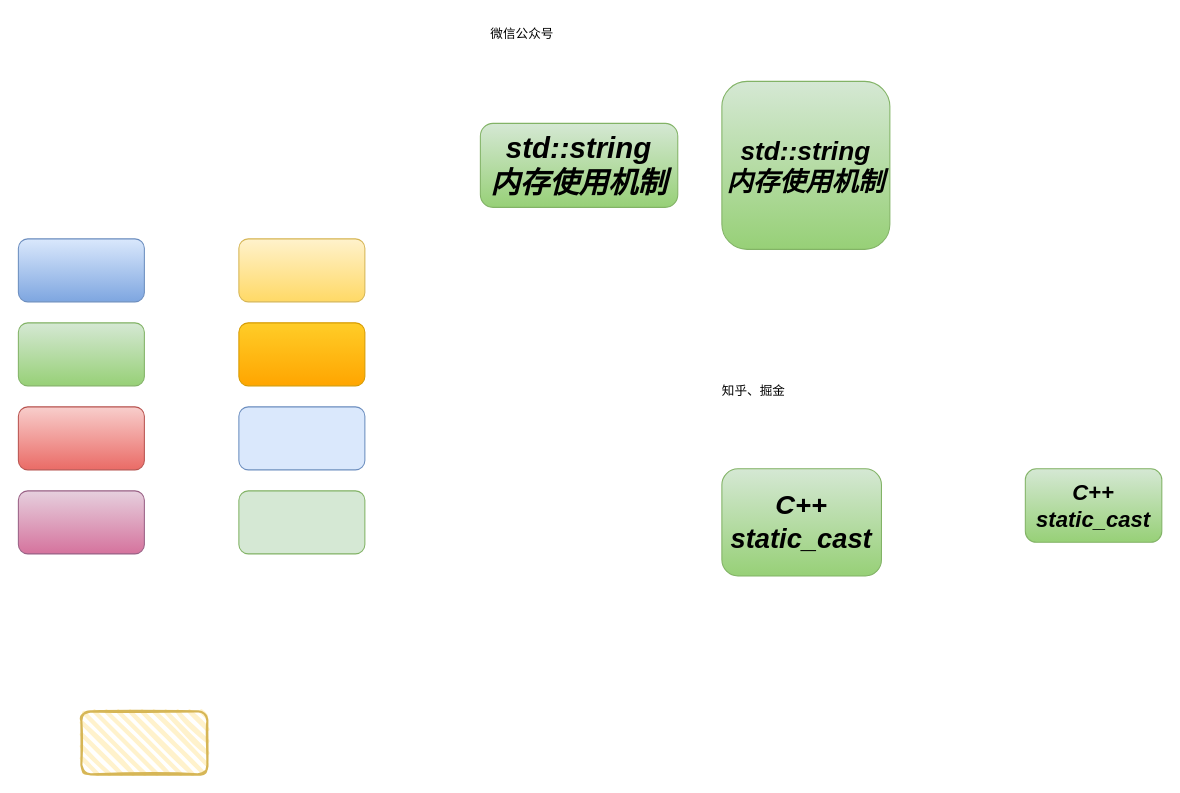
This is 测试.drawio from wangxiaokun/mypic, a draw.io file, before an edit. Source tidied: cells renumbered, new cells numbered last; positions are measured from the earlier drawing's top-left corner, leaving out a move shared by most shapes. Both pictures are drawn from the tidied source at 105%, with x=0, y=0 at pixel (18, 18).
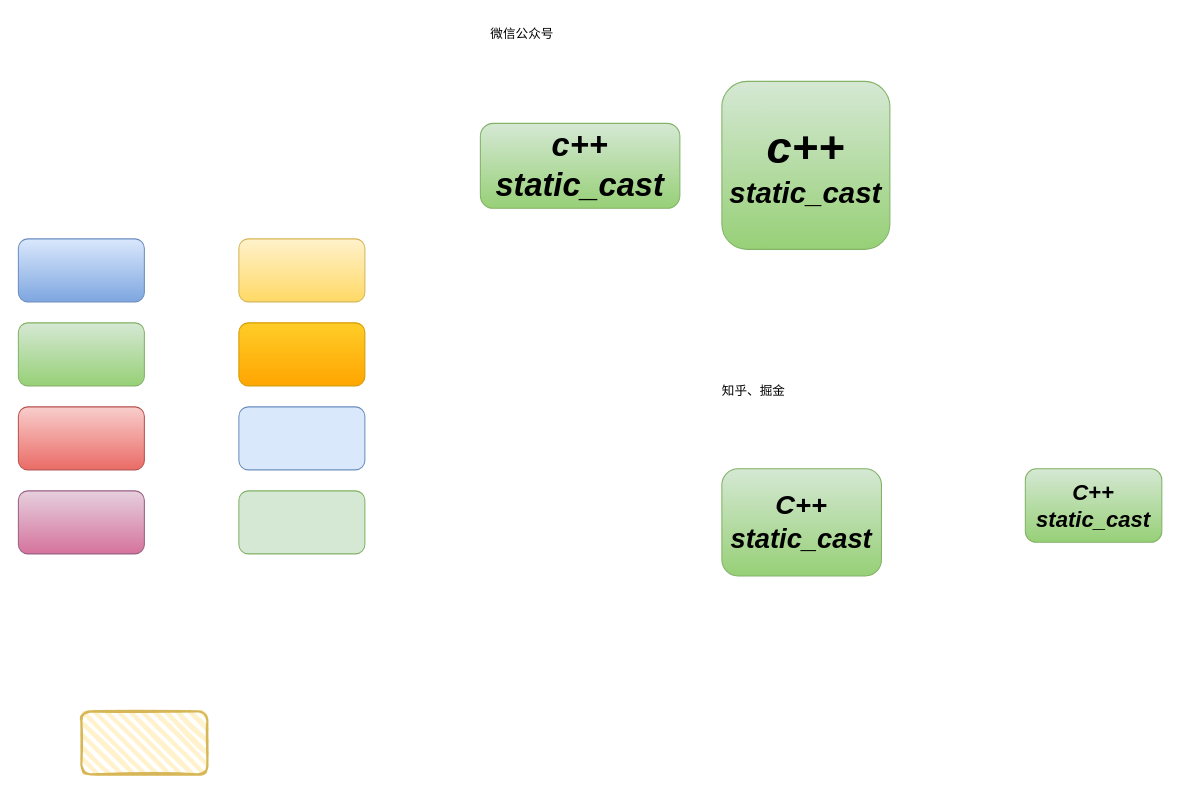
The same page after the edit.

The edit, as a diff of the source:
```diff
@@
 <mxGraphModel>
   <root>
     <mxCell id="0" />
     <mxCell id="1" parent="0" />
     <mxCell id="2" style="rounded=1;whiteSpace=wrap;html=1;fillColor=#dae8fc;gradientColor=#7ea6e0;strokeColor=#6c8ebf;" parent="1" vertex="1">
       <mxGeometry y="210" width="120" height="60" as="geometry" />
     </mxCell>
     <mxCell id="3" style="rounded=1;whiteSpace=wrap;html=1;fillColor=#fff2cc;gradientColor=#ffd966;strokeColor=#d6b656;" parent="1" vertex="1">
       <mxGeometry x="210" y="210" width="120" height="60" as="geometry" />
     </mxCell>
     <mxCell id="4" style="rounded=1;whiteSpace=wrap;html=1;fillColor=#d5e8d4;gradientColor=#97d077;strokeColor=#82b366;" parent="1" vertex="1">
       <mxGeometry y="290" width="120" height="60" as="geometry" />
     </mxCell>
     <mxCell id="5" style="rounded=1;whiteSpace=wrap;html=1;fillColor=#e6d0de;gradientColor=#d5739d;strokeColor=#996185;" parent="1" vertex="1">
       <mxGeometry y="450" width="120" height="60" as="geometry" />
     </mxCell>
     <mxCell id="6" style="rounded=1;whiteSpace=wrap;html=1;fillColor=#f8cecc;gradientColor=#ea6b66;strokeColor=#b85450;" parent="1" vertex="1">
       <mxGeometry y="370" width="120" height="60" as="geometry" />
     </mxCell>
     <mxCell id="7" style="rounded=1;whiteSpace=wrap;html=1;fillColor=#ffcd28;gradientColor=#ffa500;strokeColor=#d79b00;" parent="1" vertex="1">
       <mxGeometry x="210" y="290" width="120" height="60" as="geometry" />
     </mxCell>
     <mxCell id="8" style="rounded=1;whiteSpace=wrap;html=1;fillColor=#dae8fc;strokeColor=#6c8ebf;" parent="1" vertex="1">
       <mxGeometry x="210" y="370" width="120" height="60" as="geometry" />
     </mxCell>
     <mxCell id="9" style="rounded=1;whiteSpace=wrap;html=1;fillColor=#d5e8d4;strokeColor=#82b366;" parent="1" vertex="1">
       <mxGeometry x="210" y="450" width="120" height="60" as="geometry" />
     </mxCell>
     <mxCell id="10" style="rounded=1;whiteSpace=wrap;html=1;strokeWidth=2;fillWeight=4;hachureGap=8;hachureAngle=45;fillColor=#fff2cc;sketch=1;strokeColor=#d6b656;" parent="1" vertex="1">
       <mxGeometry x="60" y="660" width="120" height="60" as="geometry" />
     </mxCell>
-    <mxCell id="11" value="std::string&lt;div&gt;内存使用机制&lt;/div&gt;" style="rounded=1;whiteSpace=wrap;html=1;fillColor=#d5e8d4;gradientColor=#97d077;strokeColor=#82b366;fontStyle=3;fontSize=28;" parent="1" vertex="1">
-      <mxGeometry x="440" y="100" width="188" height="80" as="geometry" />
+    <mxCell id="11" value="&lt;font style=&quot;font-size: 31px;&quot;&gt;c++&lt;/font&gt;&lt;div&gt;&lt;font style=&quot;font-size: 31px;&quot;&gt;static_cast&lt;/font&gt;&lt;/div&gt;" style="rounded=1;whiteSpace=wrap;html=1;fillColor=#d5e8d4;gradientColor=#97d077;strokeColor=#82b366;fontStyle=3;fontSize=28;" parent="1" vertex="1">
+      <mxGeometry x="440" y="100" width="190" height="80.9" as="geometry" />
     </mxCell>
-    <mxCell id="12" value="&lt;i&gt;&lt;b&gt;&lt;font style=&quot;font-size: 25px;&quot;&gt;std::string&lt;/font&gt;&lt;/b&gt;&lt;/i&gt;&lt;div&gt;&lt;i&gt;&lt;b&gt;&lt;font style=&quot;font-size: 25px;&quot;&gt;内存使用机制&lt;/font&gt;&lt;/b&gt;&lt;/i&gt;&lt;/div&gt;" style="rounded=1;whiteSpace=wrap;html=1;fillColor=#d5e8d4;gradientColor=#97d077;strokeColor=#82b366;" parent="1" vertex="1">
+    <mxCell id="12" value="&lt;i&gt;&lt;b&gt;&lt;font style=&quot;font-size: 43px;&quot;&gt;c++&lt;/font&gt;&lt;/b&gt;&lt;/i&gt;&lt;div&gt;&lt;i&gt;&lt;b&gt;&lt;font style=&quot;font-size: 28px;&quot;&gt;static_cast&lt;/font&gt;&lt;/b&gt;&lt;/i&gt;&lt;/div&gt;" style="rounded=1;whiteSpace=wrap;html=1;fillColor=#d5e8d4;gradientColor=#97d077;strokeColor=#82b366;" parent="1" vertex="1">
       <mxGeometry x="670" y="60" width="160" height="160" as="geometry" />
     </mxCell>
     <mxCell id="13" value="C++&lt;div&gt;static_cast&lt;/div&gt;" style="rounded=1;whiteSpace=wrap;html=1;fillColor=#d5e8d4;gradientColor=#97d077;strokeColor=#82b366;fontStyle=3;fontSize=26;" parent="1" vertex="1">
       <mxGeometry x="670" y="429" width="152" height="102" as="geometry" />
     </mxCell>
     <mxCell id="14" value="微信公众号" style="text;html=1;whiteSpace=wrap;strokeColor=none;fillColor=none;align=center;verticalAlign=middle;rounded=0;" parent="1" vertex="1">
       <mxGeometry x="430" width="100" height="30" as="geometry" />
     </mxCell>
     <mxCell id="15" value="知乎、掘金" style="text;html=1;whiteSpace=wrap;strokeColor=none;fillColor=none;align=center;verticalAlign=middle;rounded=0;" parent="1" vertex="1">
       <mxGeometry x="650" y="340" width="101" height="30" as="geometry" />
     </mxCell>
     <mxCell id="16" value="C++&lt;br&gt;&lt;div&gt;static_cast&lt;/div&gt;" style="rounded=1;whiteSpace=wrap;html=1;fillColor=#d5e8d4;gradientColor=#97d077;strokeColor=#82b366;fontStyle=3;fontSize=21;" parent="1" vertex="1">
       <mxGeometry x="959" y="429" width="130" height="70" as="geometry" />
     </mxCell>
   </root>
 </mxGraphModel>
```
